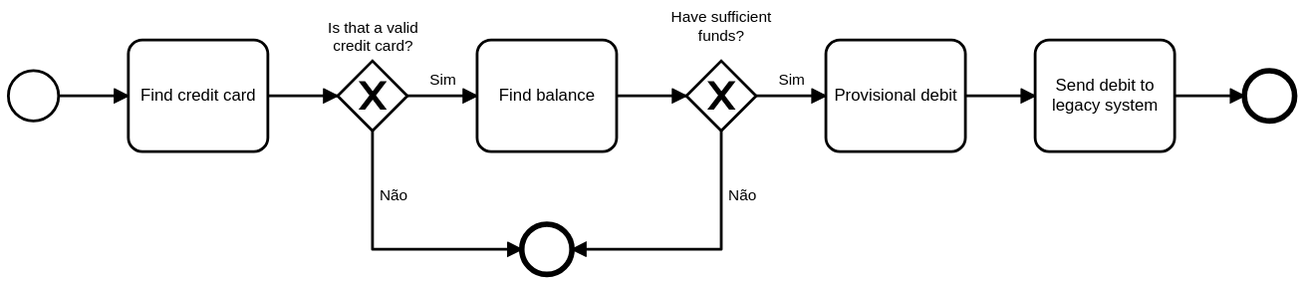
Before: diagrams/diagram.svg, a diagram exported from BPMN (epiresdasilva/debit-authorizer). Its source is kept beside it as diagrams/diagram.bpmn. Ids are renumbered. Its diagram source:
```xml
<bpmn:definitions xmlns:xsi="http://www.w3.org/2001/XMLSchema-instance" xmlns:bpmn="http://www.omg.org/spec/BPMN/20100524/MODEL" xmlns:bpmndi="http://www.omg.org/spec/BPMN/20100524/DI" xmlns:dc="http://www.omg.org/spec/DD/20100524/DC" xmlns:di="http://www.omg.org/spec/DD/20100524/DI" id="Definitions_n1" targetNamespace="http://bpmn.io/schema/bpmn">
  <bpmn:process id="Process_1" isExecutable="false">
    <bpmn:startEvent id="StartEvent_1">
      <bpmn:outgoing>SequenceFlow_n2</bpmn:outgoing>
    </bpmn:startEvent>
    <bpmn:task id="Task_n3" name="Find credit card">
      <bpmn:incoming>SequenceFlow_n2</bpmn:incoming>
      <bpmn:outgoing>SequenceFlow_n4</bpmn:outgoing>
    </bpmn:task>
    <bpmn:sequenceFlow id="SequenceFlow_n2" sourceRef="StartEvent_1" targetRef="Task_n3" />
    <bpmn:exclusiveGateway id="ExclusiveGateway_n5" name="Is that a valid credit card?">
      <bpmn:incoming>SequenceFlow_n4</bpmn:incoming>
      <bpmn:outgoing>SequenceFlow_n6</bpmn:outgoing>
      <bpmn:outgoing>SequenceFlow_n7</bpmn:outgoing>
    </bpmn:exclusiveGateway>
    <bpmn:sequenceFlow id="SequenceFlow_n4" sourceRef="Task_n3" targetRef="ExclusiveGateway_n5" />
    <bpmn:task id="Task_n8" name="Find balance">
      <bpmn:incoming>SequenceFlow_n6</bpmn:incoming>
      <bpmn:outgoing>SequenceFlow_n9</bpmn:outgoing>
    </bpmn:task>
    <bpmn:sequenceFlow id="SequenceFlow_n6" name="Sim" sourceRef="ExclusiveGateway_n5" targetRef="Task_n8" />
    <bpmn:endEvent id="EndEvent_n10">
      <bpmn:incoming>SequenceFlow_n7</bpmn:incoming>
      <bpmn:incoming>SequenceFlow_n11</bpmn:incoming>
    </bpmn:endEvent>
    <bpmn:sequenceFlow id="SequenceFlow_n7" name="Não" sourceRef="ExclusiveGateway_n5" targetRef="EndEvent_n10" />
    <bpmn:exclusiveGateway id="ExclusiveGateway_n12" name="Have sufficient funds?">
      <bpmn:incoming>SequenceFlow_n9</bpmn:incoming>
      <bpmn:outgoing>SequenceFlow_n13</bpmn:outgoing>
      <bpmn:outgoing>SequenceFlow_n11</bpmn:outgoing>
    </bpmn:exclusiveGateway>
    <bpmn:sequenceFlow id="SequenceFlow_n9" sourceRef="Task_n8" targetRef="ExclusiveGateway_n12" />
    <bpmn:task id="Task_n14" name="Provisional debit">
      <bpmn:incoming>SequenceFlow_n13</bpmn:incoming>
      <bpmn:outgoing>SequenceFlow_n15</bpmn:outgoing>
    </bpmn:task>
    <bpmn:sequenceFlow id="SequenceFlow_n13" name="Sim" sourceRef="ExclusiveGateway_n12" targetRef="Task_n14" />
    <bpmn:sequenceFlow id="SequenceFlow_n11" name="Não" sourceRef="ExclusiveGateway_n12" targetRef="EndEvent_n10" />
    <bpmn:task id="Task_n16" name="Send debit to legacy system">
      <bpmn:incoming>SequenceFlow_n15</bpmn:incoming>
      <bpmn:outgoing>SequenceFlow_n17</bpmn:outgoing>
    </bpmn:task>
    <bpmn:sequenceFlow id="SequenceFlow_n15" sourceRef="Task_n14" targetRef="Task_n16" />
    <bpmn:endEvent id="EndEvent_n18">
      <bpmn:incoming>SequenceFlow_n17</bpmn:incoming>
    </bpmn:endEvent>
    <bpmn:sequenceFlow id="SequenceFlow_n17" sourceRef="Task_n16" targetRef="EndEvent_n18" />
  </bpmn:process>
  <bpmndi:BPMNDiagram id="BPMNDiagram_1">
    <bpmndi:BPMNPlane id="BPMNPlane_1" bpmnElement="Process_1">
      <bpmndi:BPMNShape id="_BPMNShape_StartEvent_2" bpmnElement="StartEvent_1">
        <dc:Bounds x="173" y="102" width="36" height="36" />
      </bpmndi:BPMNShape>
      <bpmndi:BPMNShape id="Task_n3_di" bpmnElement="Task_n3">
        <dc:Bounds x="259" y="80" width="100" height="80" />
      </bpmndi:BPMNShape>
      <bpmndi:BPMNEdge id="SequenceFlow_n2_di" bpmnElement="SequenceFlow_n2">
        <di:waypoint x="209" y="120" />
        <di:waypoint x="259" y="120" />
      </bpmndi:BPMNEdge>
      <bpmndi:BPMNShape id="ExclusiveGateway_n5_di" bpmnElement="ExclusiveGateway_n5" isMarkerVisible="true">
        <dc:Bounds x="409" y="95" width="50" height="50" />
        <bpmndi:BPMNLabel>
          <dc:Bounds x="402" y="65" width="65" height="27" />
        </bpmndi:BPMNLabel>
      </bpmndi:BPMNShape>
      <bpmndi:BPMNEdge id="SequenceFlow_n4_di" bpmnElement="SequenceFlow_n4">
        <di:waypoint x="359" y="120" />
        <di:waypoint x="409" y="120" />
      </bpmndi:BPMNEdge>
      <bpmndi:BPMNShape id="Task_n8_di" bpmnElement="Task_n8">
        <dc:Bounds x="509" y="80" width="100" height="80" />
      </bpmndi:BPMNShape>
      <bpmndi:BPMNEdge id="SequenceFlow_n6_di" bpmnElement="SequenceFlow_n6">
        <di:waypoint x="459" y="120" />
        <di:waypoint x="509" y="120" />
        <bpmndi:BPMNLabel>
          <dc:Bounds x="475" y="102" width="19" height="14" />
        </bpmndi:BPMNLabel>
      </bpmndi:BPMNEdge>
      <bpmndi:BPMNShape id="EndEvent_n10_di" bpmnElement="EndEvent_n10">
        <dc:Bounds x="541" y="212" width="36" height="36" />
      </bpmndi:BPMNShape>
      <bpmndi:BPMNEdge id="SequenceFlow_n7_di" bpmnElement="SequenceFlow_n7">
        <di:waypoint x="434" y="145" />
        <di:waypoint x="434" y="230" />
        <di:waypoint x="541" y="230" />
        <bpmndi:BPMNLabel>
          <dc:Bounds x="439" y="185" width="21" height="14" />
        </bpmndi:BPMNLabel>
      </bpmndi:BPMNEdge>
      <bpmndi:BPMNShape id="ExclusiveGateway_n12_di" bpmnElement="ExclusiveGateway_n12" isMarkerVisible="true">
        <dc:Bounds x="659" y="95" width="50" height="50" />
        <bpmndi:BPMNLabel>
          <dc:Bounds x="648" y="57.5" width="72" height="27" />
        </bpmndi:BPMNLabel>
      </bpmndi:BPMNShape>
      <bpmndi:BPMNEdge id="SequenceFlow_n9_di" bpmnElement="SequenceFlow_n9">
        <di:waypoint x="609" y="120" />
        <di:waypoint x="659" y="120" />
      </bpmndi:BPMNEdge>
      <bpmndi:BPMNShape id="Task_n14_di" bpmnElement="Task_n14">
        <dc:Bounds x="759" y="80" width="100" height="80" />
      </bpmndi:BPMNShape>
      <bpmndi:BPMNEdge id="SequenceFlow_n13_di" bpmnElement="SequenceFlow_n13">
        <di:waypoint x="709" y="120" />
        <di:waypoint x="759" y="120" />
        <bpmndi:BPMNLabel>
          <dc:Bounds x="725" y="102" width="19" height="14" />
        </bpmndi:BPMNLabel>
      </bpmndi:BPMNEdge>
      <bpmndi:BPMNEdge id="SequenceFlow_n11_di" bpmnElement="SequenceFlow_n11">
        <di:waypoint x="684" y="145" />
        <di:waypoint x="684" y="230" />
        <di:waypoint x="577" y="230" />
        <bpmndi:BPMNLabel>
          <dc:Bounds x="689" y="185" width="21" height="14" />
        </bpmndi:BPMNLabel>
      </bpmndi:BPMNEdge>
      <bpmndi:BPMNShape id="Task_n16_di" bpmnElement="Task_n16">
        <dc:Bounds x="909" y="80" width="100" height="80" />
      </bpmndi:BPMNShape>
      <bpmndi:BPMNEdge id="SequenceFlow_n15_di" bpmnElement="SequenceFlow_n15">
        <di:waypoint x="859" y="120" />
        <di:waypoint x="909" y="120" />
      </bpmndi:BPMNEdge>
      <bpmndi:BPMNShape id="EndEvent_n18_di" bpmnElement="EndEvent_n18">
        <dc:Bounds x="1059" y="102" width="36" height="36" />
      </bpmndi:BPMNShape>
      <bpmndi:BPMNEdge id="SequenceFlow_n17_di" bpmnElement="SequenceFlow_n17">
        <di:waypoint x="1009" y="120" />
        <di:waypoint x="1059" y="120" />
      </bpmndi:BPMNEdge>
    </bpmndi:BPMNPlane>
  </bpmndi:BPMNDiagram>
</bpmn:definitions>
```
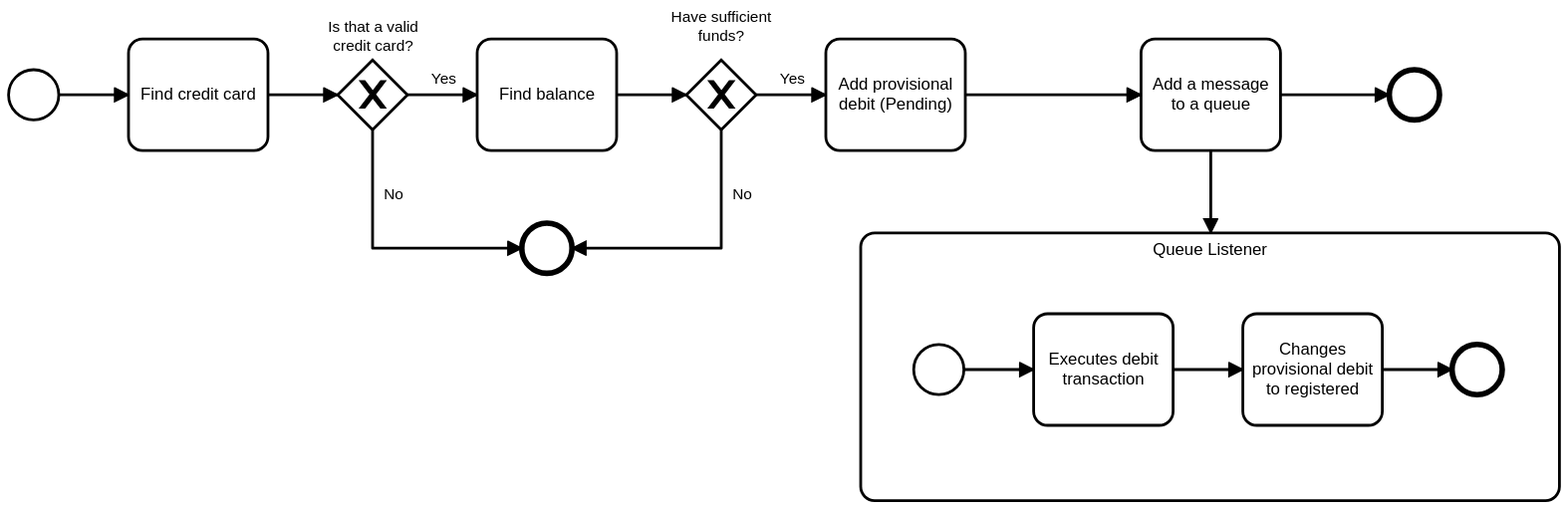
The same diagram one commit later.

Diff of the diagram source:
```diff
@@ -18,33 +18,55 @@
       <bpmn:incoming>SequenceFlow_n6</bpmn:incoming>
       <bpmn:outgoing>SequenceFlow_n9</bpmn:outgoing>
     </bpmn:task>
-    <bpmn:sequenceFlow id="SequenceFlow_n6" name="Sim" sourceRef="ExclusiveGateway_n5" targetRef="Task_n8" />
+    <bpmn:sequenceFlow id="SequenceFlow_n6" name="Yes" sourceRef="ExclusiveGateway_n5" targetRef="Task_n8" />
     <bpmn:endEvent id="EndEvent_n10">
       <bpmn:incoming>SequenceFlow_n7</bpmn:incoming>
       <bpmn:incoming>SequenceFlow_n11</bpmn:incoming>
     </bpmn:endEvent>
-    <bpmn:sequenceFlow id="SequenceFlow_n7" name="Não" sourceRef="ExclusiveGateway_n5" targetRef="EndEvent_n10" />
+    <bpmn:sequenceFlow id="SequenceFlow_n7" name="No" sourceRef="ExclusiveGateway_n5" targetRef="EndEvent_n10" />
     <bpmn:exclusiveGateway id="ExclusiveGateway_n12" name="Have sufficient funds?">
       <bpmn:incoming>SequenceFlow_n9</bpmn:incoming>
       <bpmn:outgoing>SequenceFlow_n13</bpmn:outgoing>
       <bpmn:outgoing>SequenceFlow_n11</bpmn:outgoing>
     </bpmn:exclusiveGateway>
     <bpmn:sequenceFlow id="SequenceFlow_n9" sourceRef="Task_n8" targetRef="ExclusiveGateway_n12" />
-    <bpmn:task id="Task_n14" name="Provisional debit">
+    <bpmn:task id="Task_n14" name="Add provisional debit (Pending)">
       <bpmn:incoming>SequenceFlow_n13</bpmn:incoming>
       <bpmn:outgoing>SequenceFlow_n15</bpmn:outgoing>
     </bpmn:task>
-    <bpmn:sequenceFlow id="SequenceFlow_n13" name="Sim" sourceRef="ExclusiveGateway_n12" targetRef="Task_n14" />
-    <bpmn:sequenceFlow id="SequenceFlow_n11" name="Não" sourceRef="ExclusiveGateway_n12" targetRef="EndEvent_n10" />
-    <bpmn:task id="Task_n16" name="Send debit to legacy system">
+    <bpmn:sequenceFlow id="SequenceFlow_n13" name="Yes" sourceRef="ExclusiveGateway_n12" targetRef="Task_n14" />
+    <bpmn:sequenceFlow id="SequenceFlow_n11" name="No" sourceRef="ExclusiveGateway_n12" targetRef="EndEvent_n10" />
+    <bpmn:task id="Task_n16" name="Add a message to a queue">
       <bpmn:incoming>SequenceFlow_n15</bpmn:incoming>
-      <bpmn:outgoing>SequenceFlow_n17</bpmn:outgoing>
+      <bpmn:outgoing>SequenceFlow_n19</bpmn:outgoing>
+      <bpmn:outgoing>SequenceFlow_n20</bpmn:outgoing>
     </bpmn:task>
     <bpmn:sequenceFlow id="SequenceFlow_n15" sourceRef="Task_n14" targetRef="Task_n16" />
     <bpmn:endEvent id="EndEvent_n18">
-      <bpmn:incoming>SequenceFlow_n17</bpmn:incoming>
+      <bpmn:incoming>SequenceFlow_n20</bpmn:incoming>
     </bpmn:endEvent>
-    <bpmn:sequenceFlow id="SequenceFlow_n17" sourceRef="Task_n16" targetRef="EndEvent_n18" />
+    <bpmn:subProcess id="SubProcess_n21" name="Queue Listener">
+      <bpmn:incoming>SequenceFlow_n19</bpmn:incoming>
+      <bpmn:startEvent id="StartEvent_n22">
+        <bpmn:outgoing>SequenceFlow_n23</bpmn:outgoing>
+      </bpmn:startEvent>
+      <bpmn:task id="Task_n24" name="Executes debit transaction">
+        <bpmn:incoming>SequenceFlow_n23</bpmn:incoming>
+        <bpmn:outgoing>SequenceFlow_n25</bpmn:outgoing>
+      </bpmn:task>
+      <bpmn:sequenceFlow id="SequenceFlow_n23" sourceRef="StartEvent_n22" targetRef="Task_n24" />
+      <bpmn:task id="Task_n26" name="Changes provisional debit to registered">
+        <bpmn:incoming>SequenceFlow_n25</bpmn:incoming>
+        <bpmn:outgoing>SequenceFlow_n27</bpmn:outgoing>
+      </bpmn:task>
+      <bpmn:sequenceFlow id="SequenceFlow_n25" sourceRef="Task_n24" targetRef="Task_n26" />
+      <bpmn:endEvent id="EndEvent_n28">
+        <bpmn:incoming>SequenceFlow_n27</bpmn:incoming>
+      </bpmn:endEvent>
+      <bpmn:sequenceFlow id="SequenceFlow_n27" sourceRef="Task_n26" targetRef="EndEvent_n28" />
+    </bpmn:subProcess>
+    <bpmn:sequenceFlow id="SequenceFlow_n19" sourceRef="Task_n16" targetRef="SubProcess_n21" />
+    <bpmn:sequenceFlow id="SequenceFlow_n20" sourceRef="Task_n16" targetRef="EndEvent_n18" />
   </bpmn:process>
   <bpmndi:BPMNDiagram id="BPMNDiagram_1">
     <bpmndi:BPMNPlane id="BPMNPlane_1" bpmnElement="Process_1">
@@ -75,7 +97,7 @@
         <di:waypoint x="459" y="120" />
         <di:waypoint x="509" y="120" />
         <bpmndi:BPMNLabel>
-          <dc:Bounds x="475" y="102" width="19" height="14" />
+          <dc:Bounds x="476" y="102" width="18" height="14" />
         </bpmndi:BPMNLabel>
       </bpmndi:BPMNEdge>
       <bpmndi:BPMNShape id="EndEvent_n10_di" bpmnElement="EndEvent_n10">
@@ -86,7 +108,7 @@
         <di:waypoint x="434" y="230" />
         <di:waypoint x="541" y="230" />
         <bpmndi:BPMNLabel>
-          <dc:Bounds x="439" y="185" width="21" height="14" />
+          <dc:Bounds x="442" y="185" width="15" height="14" />
         </bpmndi:BPMNLabel>
       </bpmndi:BPMNEdge>
       <bpmndi:BPMNShape id="ExclusiveGateway_n12_di" bpmnElement="ExclusiveGateway_n12" isMarkerVisible="true">
@@ -106,7 +128,7 @@
         <di:waypoint x="709" y="120" />
         <di:waypoint x="759" y="120" />
         <bpmndi:BPMNLabel>
-          <dc:Bounds x="725" y="102" width="19" height="14" />
+          <dc:Bounds x="726" y="102" width="18" height="14" />
         </bpmndi:BPMNLabel>
       </bpmndi:BPMNEdge>
       <bpmndi:BPMNEdge id="SequenceFlow_n11_di" bpmnElement="SequenceFlow_n11">
@@ -114,22 +136,53 @@
         <di:waypoint x="684" y="230" />
         <di:waypoint x="577" y="230" />
         <bpmndi:BPMNLabel>
-          <dc:Bounds x="689" y="185" width="21" height="14" />
+          <dc:Bounds x="692" y="185" width="15" height="14" />
         </bpmndi:BPMNLabel>
       </bpmndi:BPMNEdge>
       <bpmndi:BPMNShape id="Task_n16_di" bpmnElement="Task_n16">
-        <dc:Bounds x="909" y="80" width="100" height="80" />
+        <dc:Bounds x="985" y="80" width="100" height="80" />
       </bpmndi:BPMNShape>
       <bpmndi:BPMNEdge id="SequenceFlow_n15_di" bpmnElement="SequenceFlow_n15">
         <di:waypoint x="859" y="120" />
-        <di:waypoint x="909" y="120" />
+        <di:waypoint x="985" y="120" />
       </bpmndi:BPMNEdge>
       <bpmndi:BPMNShape id="EndEvent_n18_di" bpmnElement="EndEvent_n18">
-        <dc:Bounds x="1059" y="102" width="36" height="36" />
+        <dc:Bounds x="1163" y="102" width="36" height="36" />
       </bpmndi:BPMNShape>
-      <bpmndi:BPMNEdge id="SequenceFlow_n17_di" bpmnElement="SequenceFlow_n17">
-        <di:waypoint x="1009" y="120" />
-        <di:waypoint x="1059" y="120" />
+      <bpmndi:BPMNShape id="SubProcess_n21_di" bpmnElement="SubProcess_n21" isExpanded="true">
+        <dc:Bounds x="784" y="219" width="501" height="192" />
+      </bpmndi:BPMNShape>
+      <bpmndi:BPMNEdge id="SequenceFlow_n19_di" bpmnElement="SequenceFlow_n19">
+        <di:waypoint x="1035" y="160" />
+        <di:waypoint x="1035" y="219" />
+      </bpmndi:BPMNEdge>
+      <bpmndi:BPMNShape id="StartEvent_n22_di" bpmnElement="StartEvent_n22">
+        <dc:Bounds x="822" y="299" width="36" height="36" />
+      </bpmndi:BPMNShape>
+      <bpmndi:BPMNShape id="Task_n24_di" bpmnElement="Task_n24">
+        <dc:Bounds x="908" y="277" width="100" height="80" />
+      </bpmndi:BPMNShape>
+      <bpmndi:BPMNEdge id="SequenceFlow_n23_di" bpmnElement="SequenceFlow_n23">
+        <di:waypoint x="858" y="317" />
+        <di:waypoint x="908" y="317" />
+      </bpmndi:BPMNEdge>
+      <bpmndi:BPMNEdge id="SequenceFlow_n20_di" bpmnElement="SequenceFlow_n20">
+        <di:waypoint x="1085" y="120" />
+        <di:waypoint x="1163" y="120" />
+      </bpmndi:BPMNEdge>
+      <bpmndi:BPMNShape id="Task_n26_di" bpmnElement="Task_n26">
+        <dc:Bounds x="1058" y="277" width="100" height="80" />
+      </bpmndi:BPMNShape>
+      <bpmndi:BPMNEdge id="SequenceFlow_n25_di" bpmnElement="SequenceFlow_n25">
+        <di:waypoint x="1008" y="317" />
+        <di:waypoint x="1058" y="317" />
+      </bpmndi:BPMNEdge>
+      <bpmndi:BPMNShape id="EndEvent_n28_di" bpmnElement="EndEvent_n28">
+        <dc:Bounds x="1208" y="299" width="36" height="36" />
+      </bpmndi:BPMNShape>
+      <bpmndi:BPMNEdge id="SequenceFlow_n27_di" bpmnElement="SequenceFlow_n27">
+        <di:waypoint x="1158" y="317" />
+        <di:waypoint x="1208" y="317" />
       </bpmndi:BPMNEdge>
     </bpmndi:BPMNPlane>
   </bpmndi:BPMNDiagram>
```
